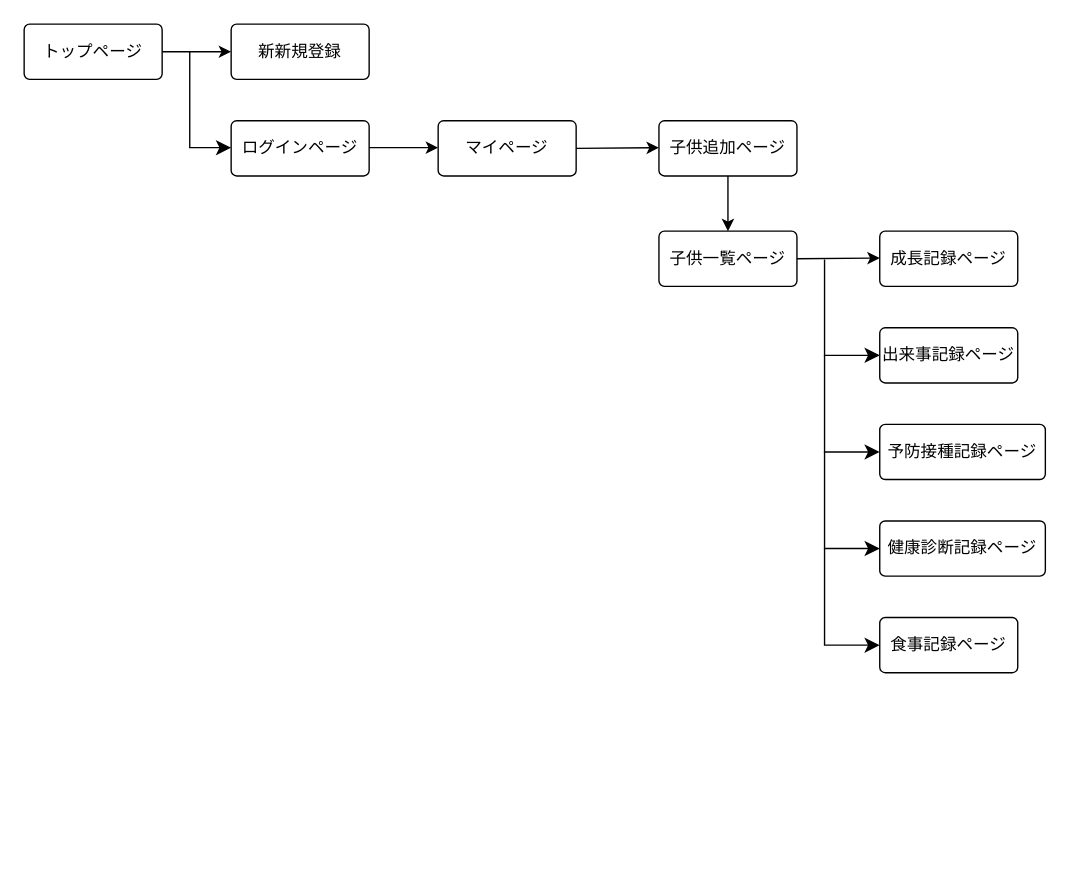
Earlier version of the draw.io diagram oyako-life2.dio (tetsupon/oyako-life). Source tidied: cells renumbered, new cells numbered last; positions are measured from the earlier drawing's top-left corner, leaving out a move shared by most shapes. Both pictures are drawn from the tidied source at 138%, with x=0, y=0 at pixel (23, 23).
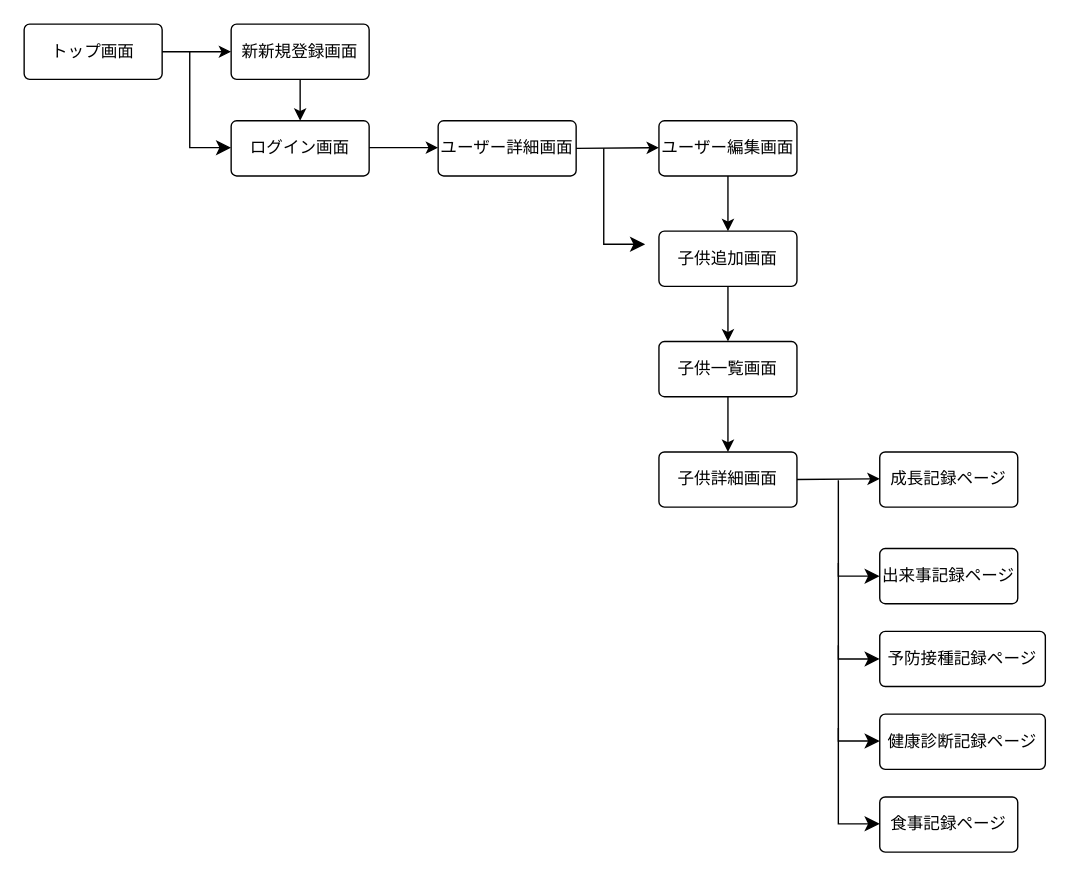
The same diagram, later.

Commit message:
画面遷移変更

Diff of the diagram source:
```diff
@@
-    <mxCell id="2" value="トップページ" style="rounded=1;arcSize=10;whiteSpace=wrap;html=1;align=center;" parent="1" vertex="1">
+    <mxCell id="2" value="トップ画面" style="rounded=1;arcSize=10;whiteSpace=wrap;html=1;align=center;" parent="1" vertex="1">
       <mxGeometry width="100" height="40" as="geometry" />
     </mxCell>
-    <mxCell id="3" value="ログインページ" style="rounded=1;arcSize=10;whiteSpace=wrap;html=1;align=center;" parent="1" vertex="1">
+    <mxCell id="3" value="ログイン画面" style="rounded=1;arcSize=10;whiteSpace=wrap;html=1;align=center;" parent="1" vertex="1">
       <mxGeometry x="150" y="70" width="100" height="40" as="geometry" />
     </mxCell>
+    <mxCell id="23" style="edgeStyle=none;html=1;" parent="1" edge="1" source="4" target="3">
+      <mxGeometry relative="1" as="geometry" />
+    </mxCell>
-    <mxCell id="4" value="新新規登録" style="rounded=1;arcSize=10;whiteSpace=wrap;html=1;align=center;" parent="1" vertex="1">
+    <mxCell id="4" value="新新規登録画面" style="rounded=1;arcSize=10;whiteSpace=wrap;html=1;align=center;" parent="1" vertex="1">
       <mxGeometry x="150" width="100" height="40" as="geometry" />
     </mxCell>
-    <mxCell id="5" value="マイページ" style="rounded=1;arcSize=10;whiteSpace=wrap;html=1;align=center;" parent="1" vertex="1">
+    <mxCell id="5" value="ユーザー詳細画面" style="rounded=1;arcSize=10;whiteSpace=wrap;html=1;align=center;" parent="1" vertex="1">
       <mxGeometry x="300" y="70" width="100" height="40" as="geometry" />
     </mxCell>
-    <mxCell id="6" value="子供追加ページ" style="rounded=1;arcSize=10;whiteSpace=wrap;html=1;align=center;" parent="1" vertex="1">
+    <mxCell id="6" value="ユーザー編集画面" style="rounded=1;arcSize=10;whiteSpace=wrap;html=1;align=center;" parent="1" vertex="1">
       <mxGeometry x="460" y="70" width="100" height="40" as="geometry" />
     </mxCell>
     <mxCell id="7" value="成長記録ページ" style="rounded=1;arcSize=10;whiteSpace=wrap;html=1;align=center;" parent="1" vertex="1">
-      <mxGeometry x="620" y="150" width="100" height="40" as="geometry" />
+      <mxGeometry x="620" y="310" width="100" height="40" as="geometry" />
     </mxCell>
     <mxCell id="8" value="出来事記録ページ" style="rounded=1;arcSize=10;whiteSpace=wrap;html=1;align=center;" parent="1" vertex="1">
-      <mxGeometry x="620" y="220" width="100" height="40" as="geometry" />
+      <mxGeometry x="620" y="380" width="100" height="40" as="geometry" />
     </mxCell>
     <mxCell id="9" value="予防接種記録ページ" style="rounded=1;arcSize=10;whiteSpace=wrap;html=1;align=center;" parent="1" vertex="1">
-      <mxGeometry x="620" y="290" width="120" height="40" as="geometry" />
+      <mxGeometry x="620" y="440" width="120" height="40" as="geometry" />
     </mxCell>
     <mxCell id="10" value="食事記録ページ" style="rounded=1;arcSize=10;whiteSpace=wrap;html=1;align=center;" parent="1" vertex="1">
-      <mxGeometry x="620" y="430" width="100" height="40" as="geometry" />
+      <mxGeometry x="620" y="560" width="100" height="40" as="geometry" />
     </mxCell>
     <mxCell id="11" value="健康診断記録ページ" style="rounded=1;arcSize=10;whiteSpace=wrap;html=1;align=center;" parent="1" vertex="1">
-      <mxGeometry x="620" y="360" width="120" height="40" as="geometry" />
+      <mxGeometry x="620" y="500" width="120" height="40" as="geometry" />
     </mxCell>
@@
-    <mxCell id="16" value="子供一覧ページ" style="rounded=1;arcSize=10;whiteSpace=wrap;html=1;align=center;" parent="1" vertex="1">
+    <mxCell id="16" value="子供追加画面" style="rounded=1;arcSize=10;whiteSpace=wrap;html=1;align=center;" parent="1" vertex="1">
       <mxGeometry x="460" y="150" width="100" height="40" as="geometry" />
     </mxCell>
@@
     <mxCell id="18" style="endArrow=classic;html=1;entryX=0;entryY=0.5;entryDx=0;entryDy=0;exitX=1;exitY=0.5;exitDx=0;exitDy=0;" parent="1" edge="1">
       <mxGeometry relative="1" as="geometry">
-        <mxPoint x="560" y="170" as="sourcePoint" />
-        <mxPoint x="620" y="169.5" as="targetPoint" />
+        <mxPoint x="560" y="330" as="sourcePoint" />
+        <mxPoint x="620" y="329.5" as="targetPoint" />
       </mxGeometry>
     </mxCell>
-    <mxCell id="19" style="edgeStyle=segmentEdgeStyle;endArrow=classic;html=1;curved=0;rounded=0;endSize=8;startSize=8;entryX=0;entryY=0.5;entryDx=0;entryDy=0;" parent="1" edge="1" target="8">
-      <mxGeometry relative="1" as="geometry">
-        <mxPoint x="580" y="170.5" as="sourcePoint" />
-        <Array as="points">
-          <mxPoint x="580" y="240" />
-        </Array>
-      </mxGeometry>
-    </mxCell>
-    <mxCell id="20" style="edgeStyle=segmentEdgeStyle;endArrow=classic;html=1;curved=0;rounded=0;endSize=8;startSize=8;entryX=0;entryY=0.5;entryDx=0;entryDy=0;" parent="1" edge="1" target="9">
-      <mxGeometry relative="1" as="geometry">
-        <mxPoint x="580" y="240" as="sourcePoint" />
-        <Array as="points">
-          <mxPoint x="580" y="310" />
-        </Array>
-      </mxGeometry>
-    </mxCell>
-    <mxCell id="21" style="edgeStyle=segmentEdgeStyle;endArrow=classic;html=1;curved=0;rounded=0;endSize=8;startSize=8;entryX=0;entryY=0.5;entryDx=0;entryDy=0;" parent="1" edge="1" target="11">
-      <mxGeometry relative="1" as="geometry">
-        <mxPoint x="580" y="310" as="sourcePoint" />
-        <Array as="points">
-          <mxPoint x="580" y="380" />
-        </Array>
-      </mxGeometry>
-    </mxCell>
-    <mxCell id="22" style="edgeStyle=segmentEdgeStyle;endArrow=classic;html=1;curved=0;rounded=0;endSize=8;startSize=8;entryX=0;entryY=0.5;entryDx=0;entryDy=0;" parent="1" edge="1" target="10">
-      <mxGeometry relative="1" as="geometry">
-        <mxPoint x="580" y="380" as="sourcePoint" />
-        <Array as="points">
-          <mxPoint x="580" y="450" />
-        </Array>
-      </mxGeometry>
-    </mxCell>
+    <mxCell id="24" style="edgeStyle=segmentEdgeStyle;endArrow=classic;html=1;curved=0;rounded=0;endSize=8;startSize=8;" parent="1" edge="1">
+      <mxGeometry relative="1" as="geometry">
+        <mxPoint x="420" y="90" as="sourcePoint" />
+        <mxPoint x="450" y="159.5" as="targetPoint" />
+        <Array as="points">
+          <mxPoint x="420" y="110" />
+          <mxPoint x="420" y="160" />
+        </Array>
+      </mxGeometry>
+    </mxCell>
+    <mxCell id="25" style="endArrow=classic;html=1;exitX=0.5;exitY=1;exitDx=0;exitDy=0;" parent="1" edge="1" source="16">
+      <mxGeometry relative="1" as="geometry">
+        <mxPoint x="510" y="230" as="targetPoint" />
+      </mxGeometry>
+    </mxCell>
+    <mxCell id="26" value="子供一覧画面" style="rounded=1;arcSize=10;whiteSpace=wrap;html=1;align=center;" parent="1" vertex="1">
+      <mxGeometry x="460" y="230" width="100" height="40" as="geometry" />
+    </mxCell>
+    <mxCell id="27" value="子供詳細画面" style="rounded=1;arcSize=10;whiteSpace=wrap;html=1;align=center;" parent="1" vertex="1">
+      <mxGeometry x="460" y="310" width="100" height="40" as="geometry" />
+    </mxCell>
+    <mxCell id="28" style="endArrow=classic;html=1;entryX=0.5;entryY=0;entryDx=0;entryDy=0;exitX=0.5;exitY=1;exitDx=0;exitDy=0;" parent="1" edge="1" source="26" target="27">
+      <mxGeometry relative="1" as="geometry" />
+    </mxCell>
+    <mxCell id="29" style="edgeStyle=segmentEdgeStyle;endArrow=classic;html=1;curved=0;rounded=0;endSize=8;startSize=8;" parent="1" edge="1">
+      <mxGeometry relative="1" as="geometry">
+        <mxPoint x="590" y="330.5" as="sourcePoint" />
+        <mxPoint x="620" y="400" as="targetPoint" />
+        <Array as="points">
+          <mxPoint x="590" y="350.5" />
+          <mxPoint x="590" y="400.5" />
+        </Array>
+      </mxGeometry>
+    </mxCell>
+    <mxCell id="30" style="edgeStyle=segmentEdgeStyle;endArrow=classic;html=1;curved=0;rounded=0;endSize=8;startSize=8;" parent="1" edge="1">
+      <mxGeometry relative="1" as="geometry">
+        <mxPoint x="590" y="390.5" as="sourcePoint" />
+        <mxPoint x="620" y="460" as="targetPoint" />
+        <Array as="points">
+          <mxPoint x="590" y="410.5" />
+          <mxPoint x="590" y="460.5" />
+        </Array>
+      </mxGeometry>
+    </mxCell>
+    <mxCell id="31" style="edgeStyle=segmentEdgeStyle;endArrow=classic;html=1;curved=0;rounded=0;endSize=8;startSize=8;" parent="1" edge="1">
+      <mxGeometry relative="1" as="geometry">
+        <mxPoint x="590" y="450" as="sourcePoint" />
+        <mxPoint x="620" y="519.5" as="targetPoint" />
+        <Array as="points">
+          <mxPoint x="590" y="520" />
+        </Array>
+      </mxGeometry>
+    </mxCell>
+    <mxCell id="32" style="edgeStyle=segmentEdgeStyle;endArrow=classic;html=1;curved=0;rounded=0;endSize=8;startSize=8;" parent="1" edge="1">
+      <mxGeometry relative="1" as="geometry">
+        <mxPoint x="590" y="510" as="sourcePoint" />
+        <mxPoint x="620" y="579.5" as="targetPoint" />
+        <Array as="points">
+          <mxPoint x="590" y="530" />
+          <mxPoint x="590" y="580" />
+        </Array>
+      </mxGeometry>
+    </mxCell>
```
